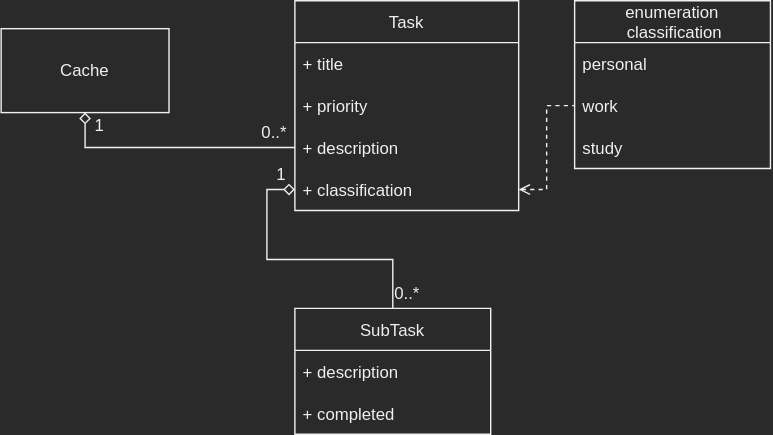
The draw.io diagram classdiagram.svg in lxyna/task-scheduler, before a commit. Source tidied: cells renumbered, new cells last; positions are measured from the earlier drawing's top-left corner, leaving out a move shared by most shapes.
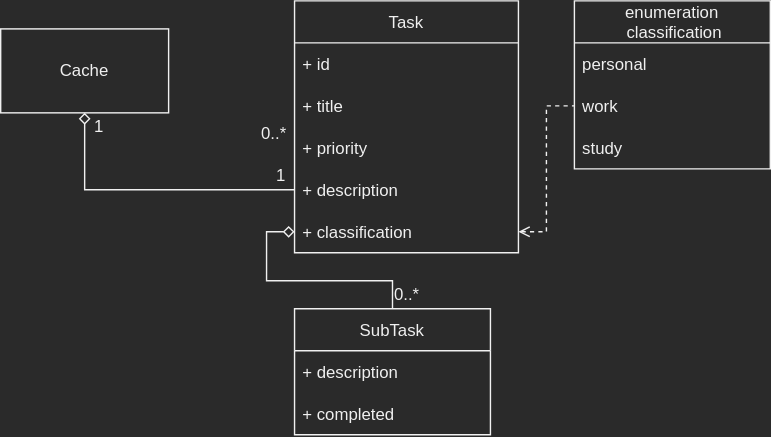
Later version of the same file.

Change to the diagram source:
```diff
@@ -3,19 +3,22 @@
     <mxCell id="0" />
     <mxCell id="1" parent="0" />
     <mxCell id="2" value="Task" style="swimlane;fontStyle=0;horizontal=1;startSize=30;" parent="1" vertex="1">
-      <mxGeometry x="210" width="160" height="150" as="geometry" />
+      <mxGeometry x="210" width="160" height="180" as="geometry" />
     </mxCell>
+    <mxCell id="22" value="+ id" style="text;strokeColor=none;fillColor=none;align=left;verticalAlign=middle;spacingLeft=4;spacingRight=4;overflow=hidden;" parent="2" vertex="1">
+      <mxGeometry y="30" width="160" height="30" as="geometry" />
+    </mxCell>
     <mxCell id="3" value="+ title" style="text;strokeColor=none;fillColor=none;align=left;verticalAlign=middle;spacingLeft=4;spacingRight=4;overflow=hidden;" parent="2" vertex="1">
-      <mxGeometry y="30" width="160" height="30" as="geometry" />
+      <mxGeometry y="60" width="160" height="30" as="geometry" />
     </mxCell>
     <mxCell id="4" value="+ priority" style="text;strokeColor=none;fillColor=none;align=left;verticalAlign=middle;spacingLeft=4;spacingRight=4;overflow=hidden;" parent="2" vertex="1">
-      <mxGeometry y="60" width="160" height="30" as="geometry" />
+      <mxGeometry y="90" width="160" height="30" as="geometry" />
     </mxCell>
     <mxCell id="5" value="+ description" style="text;strokeColor=none;fillColor=none;align=left;verticalAlign=middle;spacingLeft=4;spacingRight=4;overflow=hidden;points=[[0,0.5],[1,0.5]];portConstraint=eastwest;" parent="2" vertex="1">
-      <mxGeometry y="90" width="160" height="30" as="geometry" />
+      <mxGeometry y="120" width="160" height="30" as="geometry" />
     </mxCell>
     <mxCell id="6" value="+ classification " style="text;strokeColor=none;fillColor=none;align=left;verticalAlign=middle;spacingLeft=4;spacingRight=4;overflow=hidden;points=[[0,0.5],[1,0.5]];portConstraint=eastwest;" parent="2" vertex="1">
-      <mxGeometry y="120" width="160" height="30" as="geometry" />
+      <mxGeometry y="150" width="160" height="30" as="geometry" />
     </mxCell>
     <mxCell id="7" style="edgeStyle=orthogonalEdgeStyle;rounded=0;jettySize=auto;html=1;startArrow=none;startFill=0;endArrow=diamond;endFill=0;strokeWidth=1;" parent="1" edge="1" source="8" target="6">
       <mxGeometry relative="1" as="geometry" />
```
